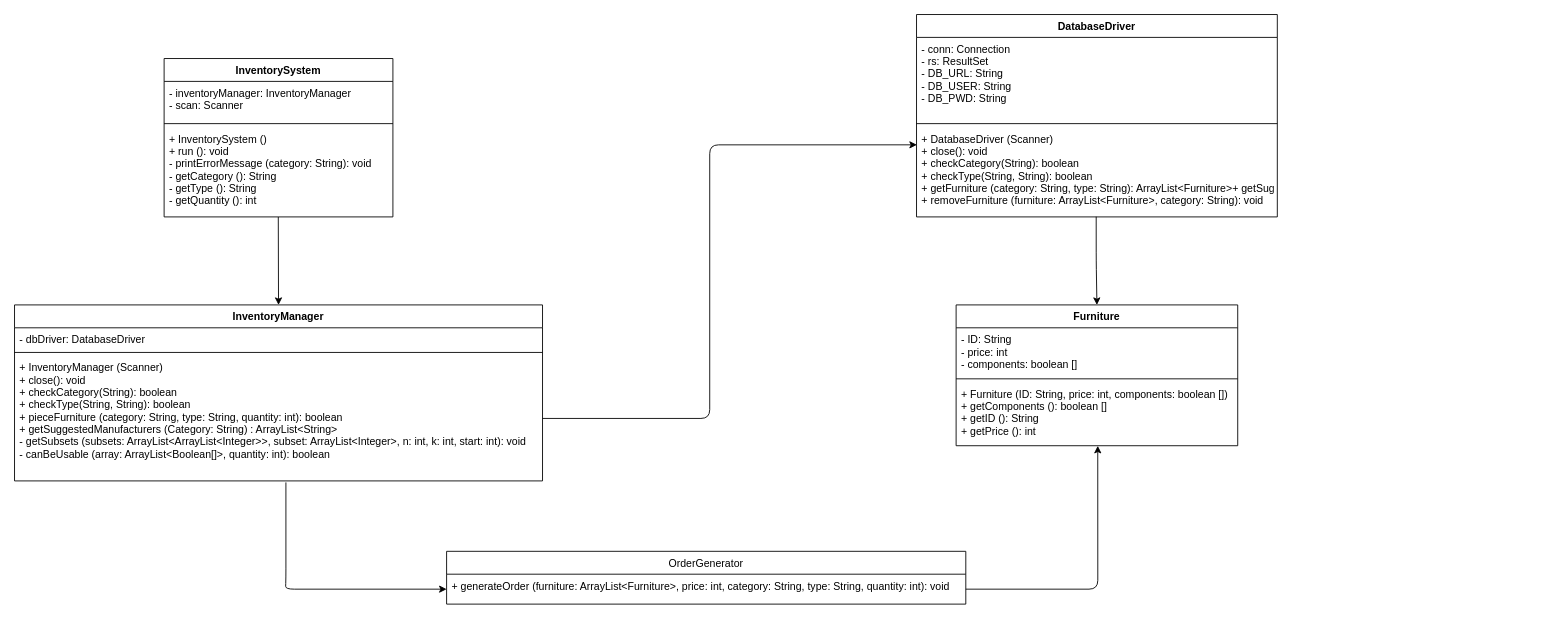
The draw.io diagram Untitled Diagram.drawio in mtagg/409ProjectG16, before the edit. Source tidied: cells renumbered, new cells numbered last; positions are measured from the earlier drawing's top-left corner, leaving out a move shared by most shapes. Both pictures are drawn from the tidied source at 88%, with x=0, y=0 at pixel (14, 14).
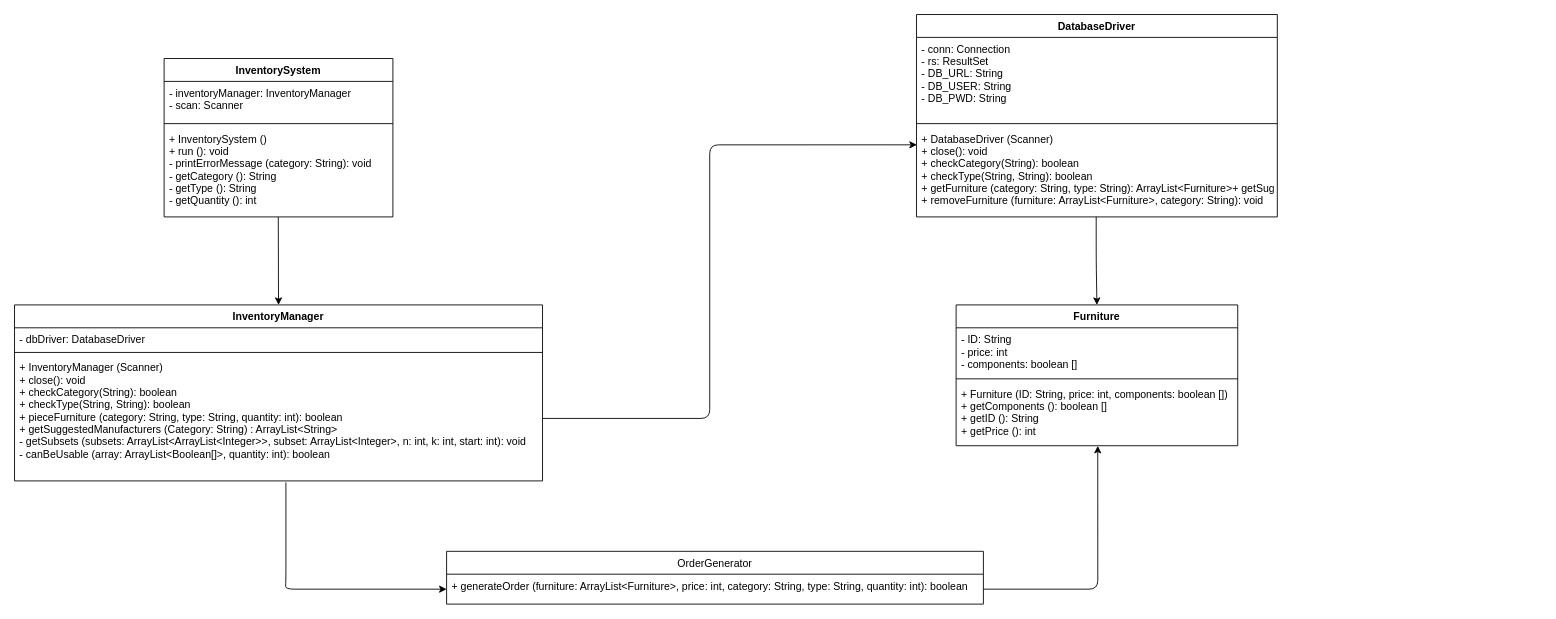
The same diagram, later.

Change to the diagram source:
```diff
@@
     <mxCell id="10" value="OrderGenerator" style="swimlane;fontStyle=0;horizontal=1;startSize=26;fillColor=none;" parent="1" vertex="1">
-      <mxGeometry x="491" y="610" width="590" height="60" as="geometry" />
+      <mxGeometry x="491" y="610" width="610" height="60" as="geometry" />
     </mxCell>
-    <mxCell id="11" value="+ generateOrder (furniture: ArrayList&lt;Furniture&gt;, price: int, category: String, type: String, quantity: int): void" style="text;strokeColor=none;fillColor=none;align=left;verticalAlign=top;spacingLeft=4;spacingRight=4;overflow=hidden;points=[[0,0.5],[1,0.5]];portConstraint=eastwest;" parent="10" vertex="1">
-      <mxGeometry y="26" width="590" height="34" as="geometry" />
+    <mxCell id="11" value="+ generateOrder (furniture: ArrayList&lt;Furniture&gt;, price: int, category: String, type: String, quantity: int): boolean" style="text;strokeColor=none;fillColor=none;align=left;verticalAlign=top;spacingLeft=4;spacingRight=4;overflow=hidden;points=[[0,0.5],[1,0.5]];portConstraint=eastwest;" parent="10" vertex="1">
+      <mxGeometry y="26" width="610" height="34" as="geometry" />
     </mxCell>
```
